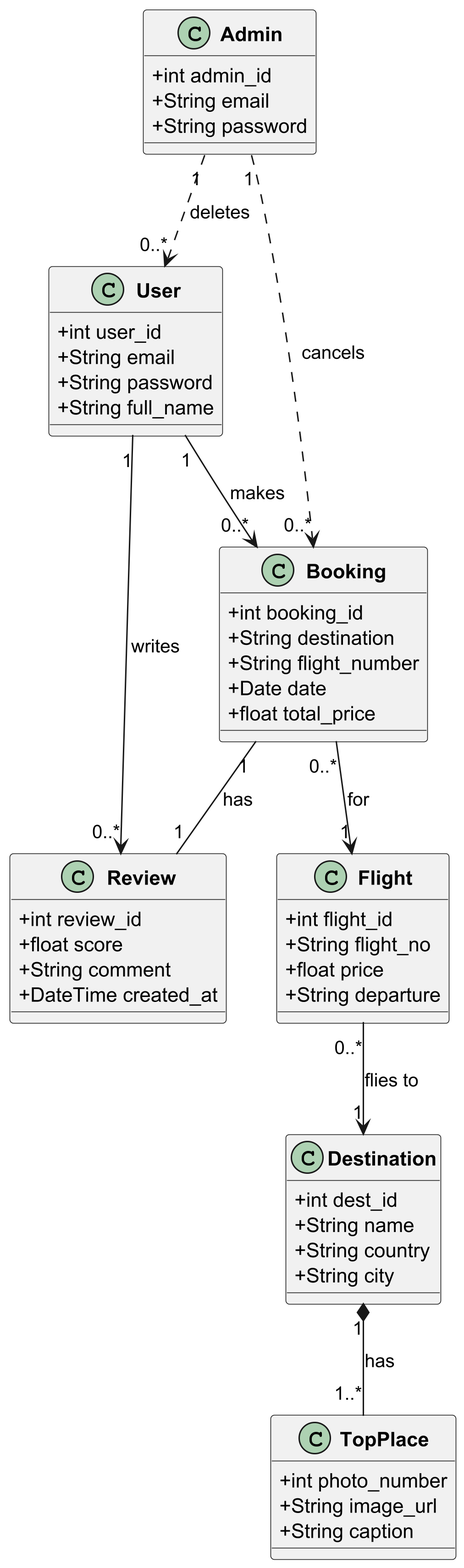
This is Docs/Design/Class Diagram.png from ahmednabil4477/QA-project-tool, a PlantUML export, as it was before one commit.
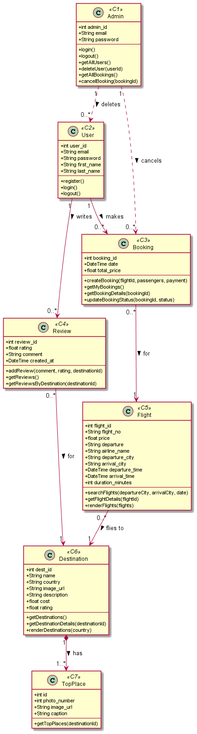
The same diagram one commit later.

Commit message:
Update The Class Diagram with guidance

What changed in the source:
```diff
@@ -1,72 +1,105 @@
-@startuml Travel Advisor Website - ERD Class Diagram
-skinparamlocked dpi 300
+@startuml
+skinparam classAttributeIconSize 0
 
-skinparam classAttributeIconSize 0
-skinparam classFontStyle bold
-skinparam backgroundColor white
-
-
-
-class Admin {
-    +int admin_id
-    +String email
-    +String password
+class Admin <<C1>> {
+  +int admin_id
+  +String email
+  +String password
+  --
+  +login()
+  +logout()
+  +getAllUsers()
+  +deleteUser(userId)
+  +getAllBookings()
+  +cancelBooking(bookingId)
 }
 
-class User {
-    +int user_id
-    +String email
-    +String password
-    +String full_name
+class User <<C2>> {
+  +int user_id
+  +String email
+  +String password
+  +String first_name
+  +String last_name
+  --
+  +register()
+  +login()
+  +logout()
 }
 
-class Booking {
-    +int booking_id
-    +String destination
-    +String flight_number
-    +Date date
-    +float total_price
+class Booking <<C3>> {
+  +int booking_id
+  +DateTime date
+  +float total_price
+  --
+  +createBooking(flightId, passengers, payment)
+  +getMyBookings()
+  +getBookingDetails(bookingId)
+  +updateBookingStatus(bookingId, status)
 }
 
-class Flight {
-    +int flight_id
-    +String flight_no
-    +float price
-    +String departure
+class Review <<C4>> {
+  +int review_id
+  +float rating
+  +String comment
+  +DateTime created_at
+  --
+  +addReview(comment, rating, destinationId)
+  +getReviews()
+  +getReviewsByDestination(destinationId)
 }
 
-class Destination {
-    +int dest_id
-    +String name
-    +String country
-    +String city
+class Flight <<C5>> {
+  +int flight_id
+  +String flight_no
+  +float price
+  +String departure
+  +String airline_name
+  +String departure_city
+  +String arrival_city
+  +DateTime departure_time
+  +DateTime arrival_time
+  +int duration_minutes
+  --
+  +searchFlights(departureCity, arrivalCity, date)
+  +getFlightDetails(flightId)
+  +renderFlights(flights)
 }
 
-class Review {
-    +int review_id
-    +float score
-    +String comment
-    +DateTime created_at
+class Destination <<C6>> {
+  +int dest_id
+  +String name
+  +String country
+  +String image_url
+  +String description
+  +float cost
+  +float rating
+  --
+  +getDestinations()
+  +getDestinationDetails(destinationId)
+  +renderDestinations(country)
 }
 
-class TopPlace {
-    +int photo_number
-    +String image_url
-    +String caption
+class TopPlace <<C7>> {
+  +int id
+  +int photo_number
+  +String image_url
+  +String caption
+  --
+  +getTopPlaces(destinationId)
 }
 
+Admin "1" ..> "0..*" User : deletes >
+Admin "1" ..> "0..*" Booking : cancels >
 
-Admin "1" ..> "0..*" User    : deletes
-Admin "1" ..> "0..*" Booking : cancels
+User "1" --> "0..*" Booking : makes >
+User "1" --> "0..*" Review : writes >
 
+Booking "0..*" --> "1" Flight : for >
 
-User    "1"    -->  "0..*" Booking     : makes
-User    "1"    -->  "0..*" Review      : writes
-Booking "0..*" -->  "1"   Flight       : for
-Booking "1"    --   "1"   Review       : has
-Flight  "0..*" -->  "1"   Destination  : flies to
+Flight "0..*" --> "1" Destination : flies to >
 
+Review "0..*" --> "1" Destination : for >
 
-Destination "1" *-- "1..*" TopPlace : has
+Destination "1" *--> "1..*" TopPlace : has >
 
 @enduml
```
